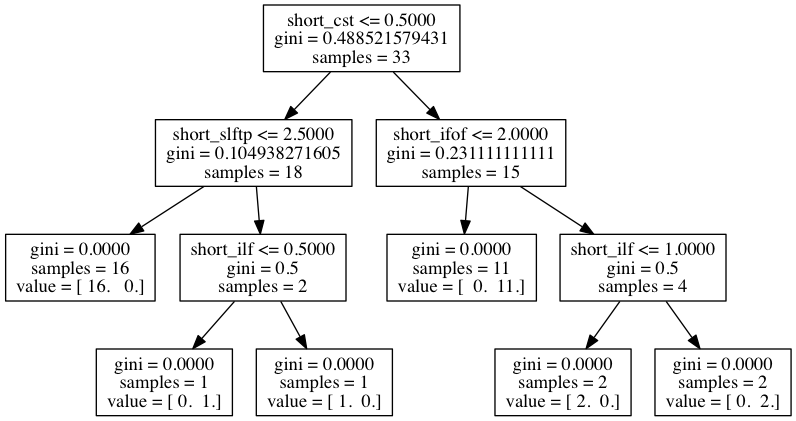
This is neurosurgery_trees/shortMOTOR.png from akeshavan/myscripts, a Graphviz export, as it was before one commit. Its source is kept beside it as neurosurgery_trees/shortMOTOR.dot.
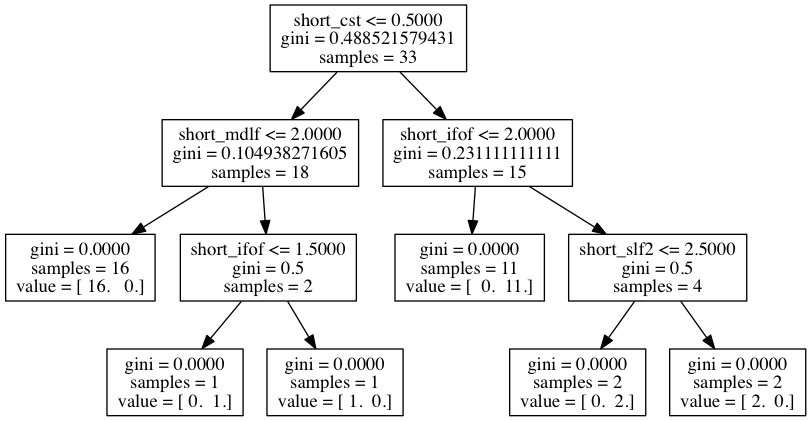
The same diagram one commit later.

Change to the diagram source:
```diff
@@ -1,10 +1,10 @@
 digraph Tree {
 0 [label="X[8] <= 0.5000\ngini = 0.488521579431\nsamples = 33", shape="box"] ;
-1 [label="X[3] <= 2.5000\ngini = 0.104938271605\nsamples = 18", shape="box"] ;
+1 [label="X[5] <= 2.0000\ngini = 0.104938271605\nsamples = 18", shape="box"] ;
 0 -> 1 ;
 2 [label="gini = 0.0000\nsamples = 16\nvalue = [ 16.   0.]", shape="box"] ;
 1 -> 2 ;
-3 [label="X[4] <= 0.5000\ngini = 0.5\nsamples = 2", shape="box"] ;
+3 [label="X[6] <= 1.5000\ngini = 0.5\nsamples = 2", shape="box"] ;
 1 -> 3 ;
 4 [label="gini = 0.0000\nsamples = 1\nvalue = [ 0.  1.]", shape="box"] ;
 3 -> 4 ;
@@ -14,10 +14,10 @@
 0 -> 6 ;
 7 [label="gini = 0.0000\nsamples = 11\nvalue = [  0.  11.]", shape="box"] ;
 6 -> 7 ;
-8 [label="X[4] <= 1.0000\ngini = 0.5\nsamples = 4", shape="box"] ;
+8 [label="X[0] <= 2.5000\ngini = 0.5\nsamples = 4", shape="box"] ;
 6 -> 8 ;
-9 [label="gini = 0.0000\nsamples = 2\nvalue = [ 2.  0.]", shape="box"] ;
+9 [label="gini = 0.0000\nsamples = 2\nvalue = [ 0.  2.]", shape="box"] ;
 8 -> 9 ;
-10 [label="gini = 0.0000\nsamples = 2\nvalue = [ 0.  2.]", shape="box"] ;
+10 [label="gini = 0.0000\nsamples = 2\nvalue = [ 2.  0.]", shape="box"] ;
 8 -> 10 ;
 }
```
